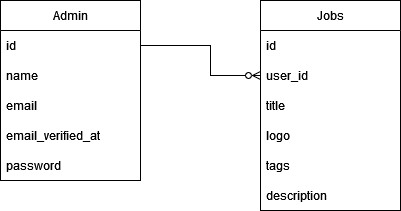
This is assets/db-diagram.png from bazoka-kaka/pbkk-final-project, a draw.io export, as it was before one commit. Source tidied: cells renumbered, new cells last; positions are measured from the earlier drawing's top-left corner, leaving out a move shared by most shapes. Source of this version:
```xml
<mxGraphModel>
  <root>
    <mxCell id="0" />
    <mxCell id="1" parent="0" />
    <mxCell id="2" value="Admin" style="swimlane;fontStyle=0;horizontal=1;startSize=30;whiteSpace=wrap;html=1;" parent="1" vertex="1">
      <mxGeometry width="140" height="180" as="geometry" />
    </mxCell>
    <mxCell id="3" value="id&lt;span style=&quot;white-space: pre;&quot;&gt;&#9;&lt;/span&gt;" style="text;strokeColor=none;fillColor=none;align=left;verticalAlign=middle;spacingLeft=4;spacingRight=4;overflow=hidden;points=[[0,0.5],[1,0.5]];portConstraint=eastwest;whiteSpace=wrap;html=1;" parent="2" vertex="1">
      <mxGeometry y="30" width="140" height="30" as="geometry" />
    </mxCell>
    <mxCell id="4" value="&lt;div&gt;name&lt;/div&gt;" style="text;strokeColor=none;fillColor=none;align=left;verticalAlign=middle;spacingLeft=4;spacingRight=4;overflow=hidden;whiteSpace=wrap;html=1;" parent="2" vertex="1">
      <mxGeometry y="60" width="140" height="30" as="geometry" />
    </mxCell>
    <mxCell id="5" value="email" style="text;strokeColor=none;fillColor=none;align=left;verticalAlign=middle;spacingLeft=4;spacingRight=4;overflow=hidden;whiteSpace=wrap;html=1;" parent="2" vertex="1">
      <mxGeometry y="90" width="140" height="30" as="geometry" />
    </mxCell>
    <mxCell id="6" value="&lt;div&gt;email_verified_at&lt;/div&gt;" style="text;strokeColor=none;fillColor=none;align=left;verticalAlign=middle;spacingLeft=4;spacingRight=4;overflow=hidden;whiteSpace=wrap;html=1;" parent="2" vertex="1">
      <mxGeometry y="120" width="140" height="30" as="geometry" />
    </mxCell>
    <mxCell id="7" value="&lt;div&gt;password&lt;/div&gt;" style="text;strokeColor=none;fillColor=none;align=left;verticalAlign=middle;spacingLeft=4;spacingRight=4;overflow=hidden;whiteSpace=wrap;html=1;" parent="2" vertex="1">
      <mxGeometry y="150" width="140" height="30" as="geometry" />
    </mxCell>
    <mxCell id="8" value="Jobs" style="swimlane;fontStyle=0;horizontal=1;startSize=30;whiteSpace=wrap;html=1;" parent="1" vertex="1">
      <mxGeometry x="260" width="140" height="210" as="geometry" />
    </mxCell>
    <mxCell id="9" value="id&lt;span style=&quot;white-space: pre;&quot;&gt;&#9;&lt;/span&gt;" style="text;strokeColor=none;fillColor=none;align=left;verticalAlign=middle;spacingLeft=4;spacingRight=4;overflow=hidden;whiteSpace=wrap;html=1;" parent="8" vertex="1">
      <mxGeometry y="30" width="140" height="30" as="geometry" />
    </mxCell>
    <mxCell id="10" value="user_id" style="text;strokeColor=none;fillColor=none;align=left;verticalAlign=middle;spacingLeft=4;spacingRight=4;overflow=hidden;points=[[0,0.5],[1,0.5]];portConstraint=eastwest;whiteSpace=wrap;html=1;" parent="8" vertex="1">
      <mxGeometry y="60" width="140" height="30" as="geometry" />
    </mxCell>
    <mxCell id="11" value="title" style="text;strokeColor=none;fillColor=none;align=left;verticalAlign=middle;spacingLeft=4;spacingRight=4;overflow=hidden;whiteSpace=wrap;html=1;" parent="8" vertex="1">
      <mxGeometry y="90" width="140" height="30" as="geometry" />
    </mxCell>
    <mxCell id="12" value="logo" style="text;strokeColor=none;fillColor=none;align=left;verticalAlign=middle;spacingLeft=4;spacingRight=4;overflow=hidden;whiteSpace=wrap;html=1;" parent="8" vertex="1">
      <mxGeometry y="120" width="140" height="30" as="geometry" />
    </mxCell>
    <mxCell id="13" value="tags" style="text;strokeColor=none;fillColor=none;align=left;verticalAlign=middle;spacingLeft=4;spacingRight=4;overflow=hidden;whiteSpace=wrap;html=1;" parent="8" vertex="1">
      <mxGeometry y="150" width="140" height="30" as="geometry" />
    </mxCell>
    <mxCell id="14" value="description" style="text;strokeColor=none;fillColor=none;align=left;verticalAlign=middle;spacingLeft=4;spacingRight=4;overflow=hidden;whiteSpace=wrap;html=1;" parent="8" vertex="1">
      <mxGeometry y="180" width="140" height="30" as="geometry" />
    </mxCell>
    <mxCell id="15" style="edgeStyle=orthogonalEdgeStyle;rounded=0;jettySize=auto;html=1;entryX=0;entryY=0.5;entryDx=0;entryDy=0;endArrow=ERzeroToMany;endFill=0;" parent="1" edge="1" source="3" target="10">
      <mxGeometry relative="1" as="geometry">
        <Array as="points">
          <mxPoint x="210" y="45" />
          <mxPoint x="210" y="75" />
        </Array>
      </mxGeometry>
    </mxCell>
  </root>
</mxGraphModel>
```
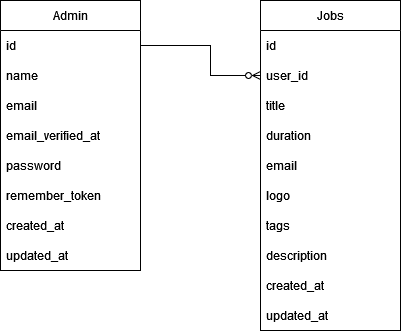
Above is the later version.

The edit, as a diff of the source:
```diff
@@ -3,7 +3,7 @@
     <mxCell id="0" />
     <mxCell id="1" parent="0" />
     <mxCell id="2" value="Admin" style="swimlane;fontStyle=0;horizontal=1;startSize=30;whiteSpace=wrap;html=1;" parent="1" vertex="1">
-      <mxGeometry width="140" height="180" as="geometry" />
+      <mxGeometry width="140" height="270" as="geometry" />
     </mxCell>
     <mxCell id="3" value="id&lt;span style=&quot;white-space: pre;&quot;&gt;&#9;&lt;/span&gt;" style="text;strokeColor=none;fillColor=none;align=left;verticalAlign=middle;spacingLeft=4;spacingRight=4;overflow=hidden;points=[[0,0.5],[1,0.5]];portConstraint=eastwest;whiteSpace=wrap;html=1;" parent="2" vertex="1">
       <mxGeometry y="30" width="140" height="30" as="geometry" />
@@ -20,8 +20,17 @@
     <mxCell id="7" value="&lt;div&gt;password&lt;/div&gt;" style="text;strokeColor=none;fillColor=none;align=left;verticalAlign=middle;spacingLeft=4;spacingRight=4;overflow=hidden;whiteSpace=wrap;html=1;" parent="2" vertex="1">
       <mxGeometry y="150" width="140" height="30" as="geometry" />
     </mxCell>
+    <mxCell id="16" value="remember_token" style="text;strokeColor=none;fillColor=none;align=left;verticalAlign=middle;spacingLeft=4;spacingRight=4;overflow=hidden;whiteSpace=wrap;html=1;" parent="2" vertex="1">
+      <mxGeometry y="180" width="140" height="30" as="geometry" />
+    </mxCell>
+    <mxCell id="17" value="created_at" style="text;strokeColor=none;fillColor=none;align=left;verticalAlign=middle;spacingLeft=4;spacingRight=4;overflow=hidden;whiteSpace=wrap;html=1;" parent="2" vertex="1">
+      <mxGeometry y="210" width="140" height="30" as="geometry" />
+    </mxCell>
+    <mxCell id="18" value="updated_at" style="text;strokeColor=none;fillColor=none;align=left;verticalAlign=middle;spacingLeft=4;spacingRight=4;overflow=hidden;whiteSpace=wrap;html=1;" parent="2" vertex="1">
+      <mxGeometry y="240" width="140" height="30" as="geometry" />
+    </mxCell>
     <mxCell id="8" value="Jobs" style="swimlane;fontStyle=0;horizontal=1;startSize=30;whiteSpace=wrap;html=1;" parent="1" vertex="1">
-      <mxGeometry x="260" width="140" height="210" as="geometry" />
+      <mxGeometry x="260" width="140" height="330" as="geometry" />
     </mxCell>
     <mxCell id="9" value="id&lt;span style=&quot;white-space: pre;&quot;&gt;&#9;&lt;/span&gt;" style="text;strokeColor=none;fillColor=none;align=left;verticalAlign=middle;spacingLeft=4;spacingRight=4;overflow=hidden;whiteSpace=wrap;html=1;" parent="8" vertex="1">
       <mxGeometry y="30" width="140" height="30" as="geometry" />
@@ -32,15 +41,27 @@
     <mxCell id="11" value="title" style="text;strokeColor=none;fillColor=none;align=left;verticalAlign=middle;spacingLeft=4;spacingRight=4;overflow=hidden;whiteSpace=wrap;html=1;" parent="8" vertex="1">
       <mxGeometry y="90" width="140" height="30" as="geometry" />
     </mxCell>
-    <mxCell id="12" value="logo" style="text;strokeColor=none;fillColor=none;align=left;verticalAlign=middle;spacingLeft=4;spacingRight=4;overflow=hidden;whiteSpace=wrap;html=1;" parent="8" vertex="1">
+    <mxCell id="12" value="duration" style="text;strokeColor=none;fillColor=none;align=left;verticalAlign=middle;spacingLeft=4;spacingRight=4;overflow=hidden;whiteSpace=wrap;html=1;" parent="8" vertex="1">
       <mxGeometry y="120" width="140" height="30" as="geometry" />
     </mxCell>
-    <mxCell id="13" value="tags" style="text;strokeColor=none;fillColor=none;align=left;verticalAlign=middle;spacingLeft=4;spacingRight=4;overflow=hidden;whiteSpace=wrap;html=1;" parent="8" vertex="1">
+    <mxCell id="13" value="email" style="text;strokeColor=none;fillColor=none;align=left;verticalAlign=middle;spacingLeft=4;spacingRight=4;overflow=hidden;whiteSpace=wrap;html=1;" parent="8" vertex="1">
       <mxGeometry y="150" width="140" height="30" as="geometry" />
     </mxCell>
-    <mxCell id="14" value="description" style="text;strokeColor=none;fillColor=none;align=left;verticalAlign=middle;spacingLeft=4;spacingRight=4;overflow=hidden;whiteSpace=wrap;html=1;" parent="8" vertex="1">
+    <mxCell id="14" value="logo" style="text;strokeColor=none;fillColor=none;align=left;verticalAlign=middle;spacingLeft=4;spacingRight=4;overflow=hidden;whiteSpace=wrap;html=1;" parent="8" vertex="1">
       <mxGeometry y="180" width="140" height="30" as="geometry" />
     </mxCell>
+    <mxCell id="19" value="tags" style="text;strokeColor=none;fillColor=none;align=left;verticalAlign=middle;spacingLeft=4;spacingRight=4;overflow=hidden;whiteSpace=wrap;html=1;" parent="8" vertex="1">
+      <mxGeometry y="210" width="140" height="30" as="geometry" />
+    </mxCell>
+    <mxCell id="20" value="description" style="text;strokeColor=none;fillColor=none;align=left;verticalAlign=middle;spacingLeft=4;spacingRight=4;overflow=hidden;whiteSpace=wrap;html=1;" parent="8" vertex="1">
+      <mxGeometry y="240" width="140" height="30" as="geometry" />
+    </mxCell>
+    <mxCell id="21" value="created_at" style="text;strokeColor=none;fillColor=none;align=left;verticalAlign=middle;spacingLeft=4;spacingRight=4;overflow=hidden;whiteSpace=wrap;html=1;" parent="8" vertex="1">
+      <mxGeometry y="270" width="140" height="30" as="geometry" />
+    </mxCell>
+    <mxCell id="22" value="updated_at" style="text;strokeColor=none;fillColor=none;align=left;verticalAlign=middle;spacingLeft=4;spacingRight=4;overflow=hidden;whiteSpace=wrap;html=1;" parent="8" vertex="1">
+      <mxGeometry y="300" width="140" height="30" as="geometry" />
+    </mxCell>
     <mxCell id="15" style="edgeStyle=orthogonalEdgeStyle;rounded=0;jettySize=auto;html=1;entryX=0;entryY=0.5;entryDx=0;entryDy=0;endArrow=ERzeroToMany;endFill=0;" parent="1" edge="1" source="3" target="10">
       <mxGeometry relative="1" as="geometry">
         <Array as="points">
```
